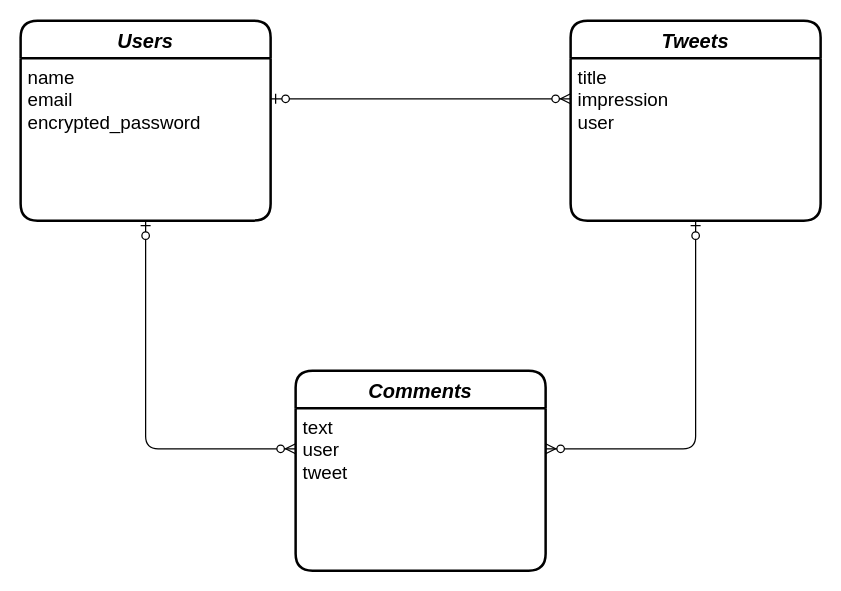
This is .dio from ryoya-mineshima/life-724, a draw.io file, before an edit. Source tidied: cells renumbered, new cells numbered last; positions are measured from the earlier drawing's top-left corner, leaving out a move shared by most shapes. Both pictures are drawn from the tidied source at 125%, with x=0, y=0 at pixel (20, 20).
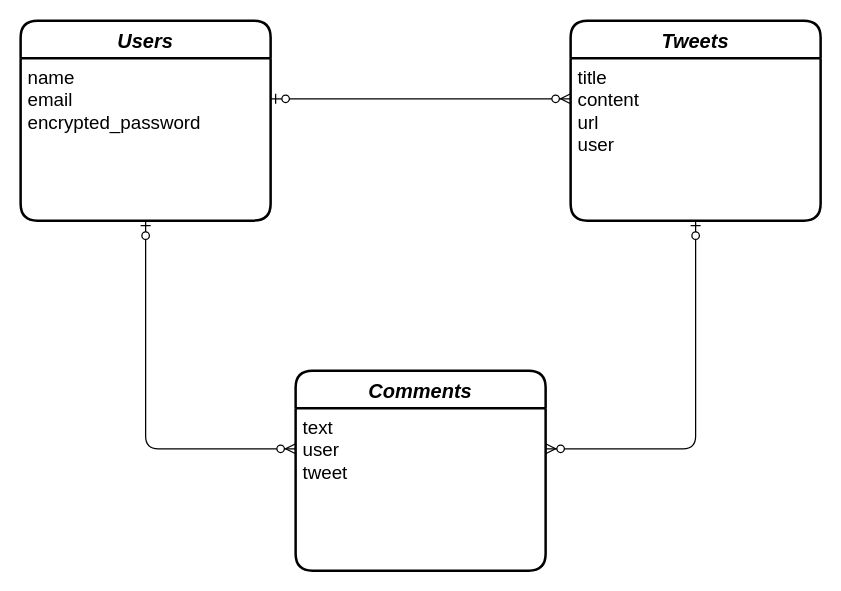
The same page after the edit.

Diff of the diagram source:
```diff
@@
 <mxGraphModel>
   <root>
     <mxCell id="0" />
     <mxCell id="1" parent="0" />
     <mxCell id="2" value="Users" style="swimlane;horizontal=1;startSize=30;rounded=1;fontSize=16;fontStyle=3;strokeWidth=2;shadow=0;dashed=0;align=center;" parent="1" vertex="1">
       <mxGeometry width="200" height="160" as="geometry" />
     </mxCell>
     <mxCell id="3" value="name&#10;email&#10;encrypted_password&#10;" style="align=left;strokeColor=none;fillColor=none;spacingLeft=4;fontSize=15;verticalAlign=top;" parent="2" vertex="1">
       <mxGeometry y="30" width="200" height="130" as="geometry" />
     </mxCell>
     <mxCell id="4" value="Tweets" style="swimlane;horizontal=1;startSize=30;rounded=1;fontSize=16;fontStyle=3;strokeWidth=2;shadow=0;dashed=0;align=center;" parent="1" vertex="1">
       <mxGeometry x="440" width="200" height="160" as="geometry" />
     </mxCell>
-    <mxCell id="5" value="title&#10;impression&#10;user" style="align=left;strokeColor=none;fillColor=none;spacingLeft=4;fontSize=15;verticalAlign=top;" parent="4" vertex="1">
+    <mxCell id="5" value="title&#10;content&#10;url&#10;user" style="align=left;strokeColor=none;fillColor=none;spacingLeft=4;fontSize=15;verticalAlign=top;" parent="4" vertex="1">
       <mxGeometry y="30" width="200" height="130" as="geometry" />
     </mxCell>
     <mxCell id="6" value="Comments" style="swimlane;horizontal=1;startSize=30;rounded=1;fontSize=16;fontStyle=3;strokeWidth=2;shadow=0;dashed=0;align=center;" parent="1" vertex="1">
       <mxGeometry x="220" y="280" width="200" height="160" as="geometry" />
     </mxCell>
     <mxCell id="7" value="text&#10;user&#10;tweet" style="align=left;strokeColor=none;fillColor=none;spacingLeft=4;fontSize=15;verticalAlign=top;" parent="6" vertex="1">
       <mxGeometry y="30" width="200" height="130" as="geometry" />
     </mxCell>
     <mxCell id="8" style="edgeStyle=orthogonalEdgeStyle;fontSize=12;html=1;endArrow=ERzeroToMany;startArrow=ERzeroToOne;exitX=0.5;exitY=1;exitDx=0;exitDy=0;entryX=0;entryY=0.25;entryDx=0;entryDy=0;" parent="1" edge="1" source="3" target="7">
       <mxGeometry relative="1" as="geometry" />
     </mxCell>
     <mxCell id="9" style="edgeStyle=orthogonalEdgeStyle;fontSize=12;html=1;endArrow=ERzeroToMany;startArrow=ERzeroToOne;entryX=1;entryY=0.25;entryDx=0;entryDy=0;exitX=0.5;exitY=1;exitDx=0;exitDy=0;" parent="1" edge="1" source="5" target="7">
       <mxGeometry relative="1" as="geometry" />
     </mxCell>
     <mxCell id="10" style="edgeStyle=entityRelationEdgeStyle;fontSize=12;html=1;endArrow=ERzeroToMany;startArrow=ERzeroToOne;exitX=1;exitY=0.25;exitDx=0;exitDy=0;entryX=0;entryY=0.25;entryDx=0;entryDy=0;" parent="1" edge="1" source="3" target="5">
       <mxGeometry relative="1" as="geometry" />
     </mxCell>
   </root>
 </mxGraphModel>
```
